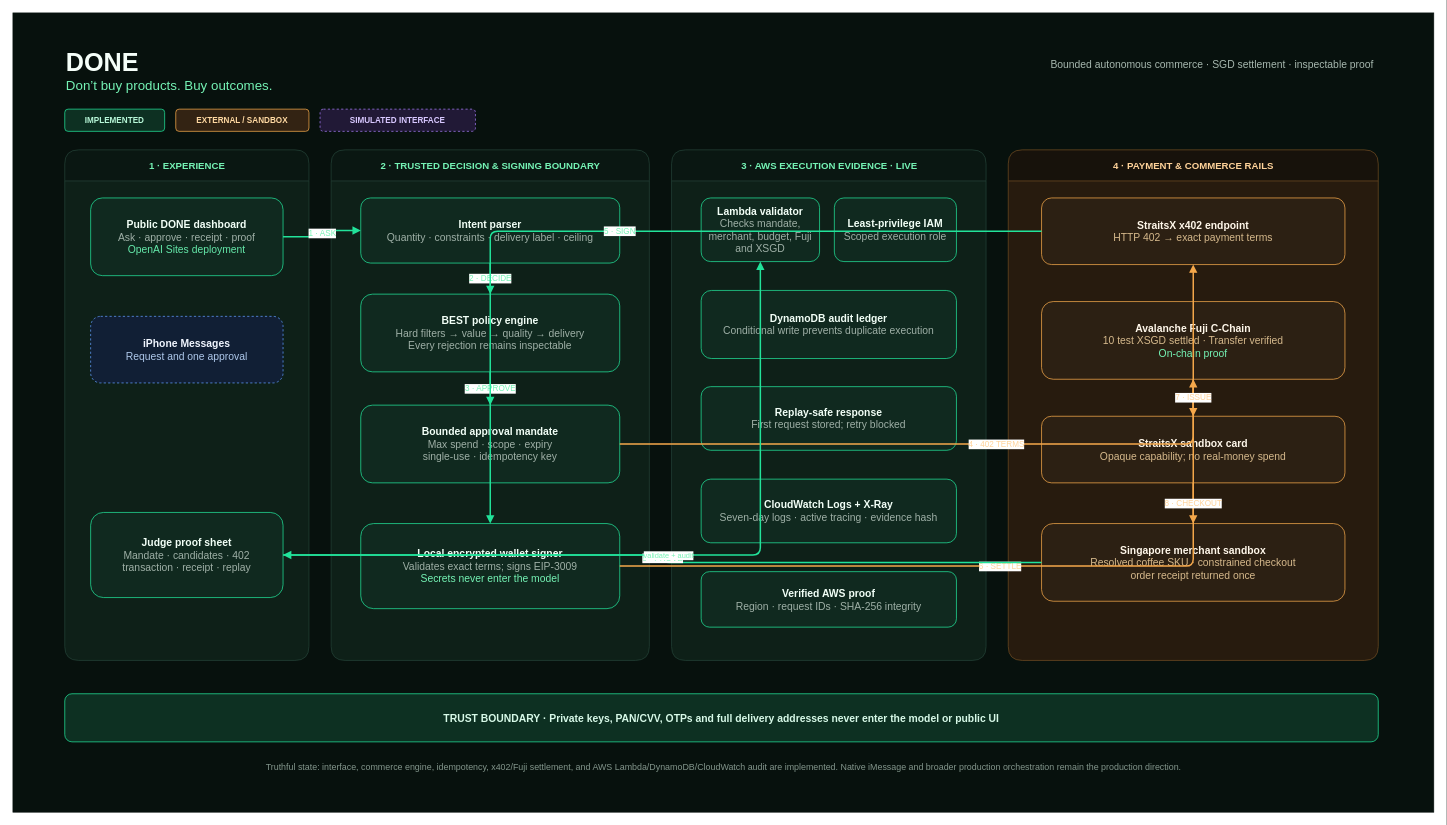
Earlier version of the draw.io diagram architecture.drawio (13shreyansh/done-agentic-commerce). Source tidied: cells renumbered, new cells numbered last; positions are measured from the earlier drawing's top-left corner, leaving out a move shared by most shapes. Both pictures are drawn from the tidied source at 74%, with x=0, y=0 at pixel (13, 13).
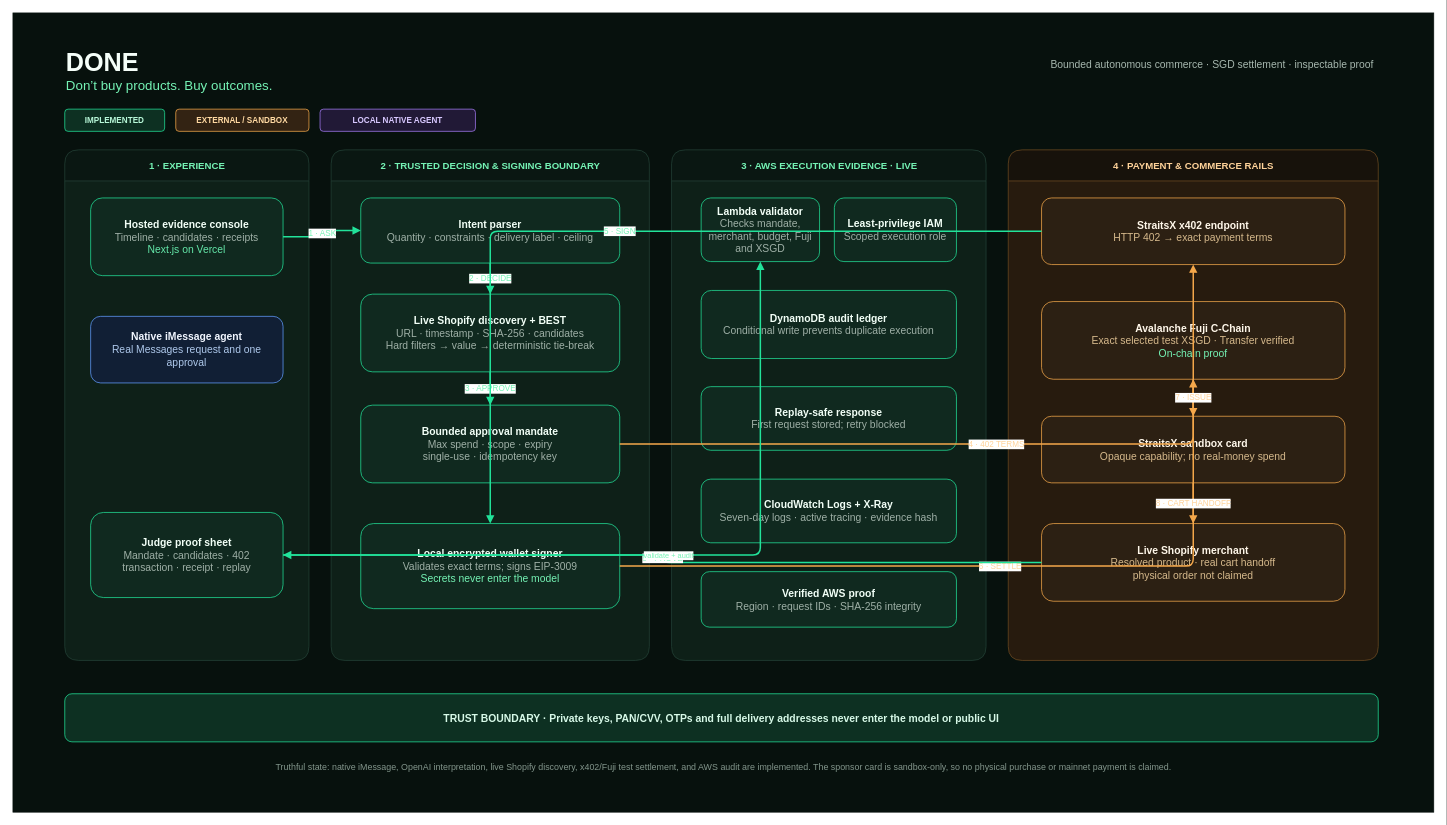
After the change.

The change refers to these unchanged cells:
```xml
<mxCell id="27" value="&lt;b&gt;StraitsX sandbox card&lt;/b&gt;&lt;br&gt;&lt;font color=&quot;#D6B98C&quot;&gt;Opaque capability; no real-money spend&lt;/font&gt;" style="rounded=1;whiteSpace=wrap;html=1;fillColor=#2C2013;strokeColor=#F5A84B;fontColor=#FFF7EA;fontSize=14;spacing=12;" parent="1" vertex="1">
  <mxGeometry x="1390" y="545" width="410" height="90" as="geometry" />
</mxCell>
```

The edit, as a diff of the source:
```diff
@@
-    <mxCell id="7" value="SIMULATED INTERFACE" style="rounded=1;whiteSpace=wrap;html=1;fillColor=#211936;strokeColor=#A47BF3;fontColor=#D8C8FF;fontStyle=1;fontSize=11;dashed=1;" parent="1" vertex="1">
+    <mxCell id="7" value="LOCAL NATIVE AGENT" style="rounded=1;whiteSpace=wrap;html=1;fillColor=#211936;strokeColor=#A47BF3;fontColor=#D8C8FF;fontStyle=1;fontSize=11;" parent="1" vertex="1">
       <mxGeometry x="415" y="130" width="210" height="30" as="geometry" />
     </mxCell>
@@
-    <mxCell id="9" value="&lt;b&gt;Public DONE dashboard&lt;/b&gt;&lt;br&gt;&lt;font color=&quot;#9FB0A7&quot;&gt;Ask · approve · receipt · proof&lt;/font&gt;&lt;br&gt;&lt;font color=&quot;#65E8AA&quot;&gt;OpenAI Sites deployment&lt;/font&gt;" style="rounded=1;whiteSpace=wrap;html=1;fillColor=#10291F;strokeColor=#22E39A;fontColor=#F2FFF7;fontSize=14;spacing=12;" parent="1" vertex="1">
+    <mxCell id="9" value="&lt;b&gt;Hosted evidence console&lt;/b&gt;&lt;br&gt;&lt;font color=&quot;#9FB0A7&quot;&gt;Timeline · candidates · receipts&lt;/font&gt;&lt;br&gt;&lt;font color=&quot;#65E8AA&quot;&gt;Next.js on Vercel&lt;/font&gt;" style="rounded=1;whiteSpace=wrap;html=1;fillColor=#10291F;strokeColor=#22E39A;fontColor=#F2FFF7;fontSize=14;spacing=12;" parent="1" vertex="1">
       <mxGeometry x="105" y="250" width="260" height="105" as="geometry" />
     </mxCell>
-    <mxCell id="10" value="&lt;b&gt;iPhone Messages&lt;/b&gt;&lt;br&gt;&lt;font color=&quot;#AFC9EC&quot;&gt;Request and one approval&lt;/font&gt;" style="rounded=1;whiteSpace=wrap;html=1;fillColor=#111F35;strokeColor=#629CFF;fontColor=#F1F6FF;fontSize=14;spacing=12;dashed=1;" parent="1" vertex="1">
+    <mxCell id="10" value="&lt;b&gt;Native iMessage agent&lt;/b&gt;&lt;br&gt;&lt;font color=&quot;#AFC9EC&quot;&gt;Real Messages request and one approval&lt;/font&gt;" style="rounded=1;whiteSpace=wrap;html=1;fillColor=#111F35;strokeColor=#629CFF;fontColor=#F1F6FF;fontSize=14;spacing=12;" parent="1" vertex="1">
       <mxGeometry x="105" y="410" width="260" height="90" as="geometry" />
     </mxCell>
@@
-    <mxCell id="14" value="&lt;b&gt;BEST policy engine&lt;/b&gt;&lt;br&gt;&lt;font color=&quot;#9FB0A7&quot;&gt;Hard filters → value → quality → delivery&lt;br&gt;Every rejection remains inspectable&lt;/font&gt;" style="rounded=1;whiteSpace=wrap;html=1;fillColor=#10291F;strokeColor=#22E39A;fontColor=#F2FFF7;fontSize=14;spacing=12;" parent="1" vertex="1">
+    <mxCell id="14" value="&lt;b&gt;Live Shopify discovery + BEST&lt;/b&gt;&lt;br&gt;&lt;font color=&quot;#9FB0A7&quot;&gt;URL · timestamp · SHA-256 · candidates&lt;br&gt;Hard filters → value → deterministic tie-break&lt;/font&gt;" style="rounded=1;whiteSpace=wrap;html=1;fillColor=#10291F;strokeColor=#22E39A;fontColor=#F2FFF7;fontSize=14;spacing=12;" parent="1" vertex="1">
       <mxGeometry x="470" y="380" width="350" height="105" as="geometry" />
     </mxCell>
@@
-    <mxCell id="26" value="&lt;b&gt;Avalanche Fuji C-Chain&lt;/b&gt;&lt;br&gt;&lt;font color=&quot;#D6B98C&quot;&gt;10 test XSGD settled · Transfer verified&lt;/font&gt;&lt;br&gt;&lt;font color=&quot;#75F3B5&quot;&gt;On-chain proof&lt;/font&gt;" style="rounded=1;whiteSpace=wrap;html=1;fillColor=#2C2013;strokeColor=#F5A84B;fontColor=#FFF7EA;fontSize=14;spacing=12;" parent="1" vertex="1">
+    <mxCell id="26" value="&lt;b&gt;Avalanche Fuji C-Chain&lt;/b&gt;&lt;br&gt;&lt;font color=&quot;#D6B98C&quot;&gt;Exact selected test XSGD · Transfer verified&lt;/font&gt;&lt;br&gt;&lt;font color=&quot;#75F3B5&quot;&gt;On-chain proof&lt;/font&gt;" style="rounded=1;whiteSpace=wrap;html=1;fillColor=#2C2013;strokeColor=#F5A84B;fontColor=#FFF7EA;fontSize=14;spacing=12;" parent="1" vertex="1">
       <mxGeometry x="1390" y="390" width="410" height="105" as="geometry" />
     </mxCell>
@@
-    <mxCell id="28" value="&lt;b&gt;Singapore merchant sandbox&lt;/b&gt;&lt;br&gt;&lt;font color=&quot;#D6B98C&quot;&gt;Resolved coffee SKU · constrained checkout&lt;br&gt;order receipt returned once&lt;/font&gt;" style="rounded=1;whiteSpace=wrap;html=1;fillColor=#2C2013;strokeColor=#F5A84B;fontColor=#FFF7EA;fontSize=14;spacing=12;" parent="1" vertex="1">
+    <mxCell id="28" value="&lt;b&gt;Live Shopify merchant&lt;/b&gt;&lt;br&gt;&lt;font color=&quot;#D6B98C&quot;&gt;Resolved product · real cart handoff&lt;br&gt;physical order not claimed&lt;/font&gt;" style="rounded=1;whiteSpace=wrap;html=1;fillColor=#2C2013;strokeColor=#F5A84B;fontColor=#FFF7EA;fontSize=14;spacing=12;" parent="1" vertex="1">
       <mxGeometry x="1390" y="690" width="410" height="105" as="geometry" />
     </mxCell>
@@
-    <mxCell id="36" value="8 · CHECKOUT" style="edgeStyle=orthogonalEdgeStyle;rounded=1;html=1;strokeColor=#F5A84B;fontColor=#FFD39A;fontSize=11;endArrow=block;endFill=1;strokeWidth=2;" parent="1" edge="1" source="27" target="28">
+    <mxCell id="36" value="8 · CART HANDOFF" style="edgeStyle=orthogonalEdgeStyle;rounded=1;html=1;strokeColor=#F5A84B;fontColor=#FFD39A;fontSize=11;endArrow=block;endFill=1;strokeWidth=2;" parent="1" edge="1" source="27" target="28">
       <mxGeometry relative="1" as="geometry" />
     </mxCell>
@@
-    <mxCell id="40" value="Truthful state: interface, commerce engine, idempotency, x402/Fuji settlement, and AWS Lambda/DynamoDB/CloudWatch audit are implemented. Native iMessage and broader production orchestration remain the production direction." style="text;html=1;strokeColor=none;fillColor=none;fontColor=#83968C;fontSize=12;align=center;" parent="1" vertex="1">
+    <mxCell id="40" value="Truthful state: native iMessage, OpenAI interpretation, live Shopify discovery, x402/Fuji test settlement, and AWS audit are implemented. The sponsor card is sandbox-only, so no physical purchase or mainnet payment is claimed." style="text;html=1;strokeColor=none;fillColor=none;fontColor=#83968C;fontSize=12;align=center;" parent="1" vertex="1">
       <mxGeometry x="260" y="1005" width="1400" height="35" as="geometry" />
     </mxCell>
```
